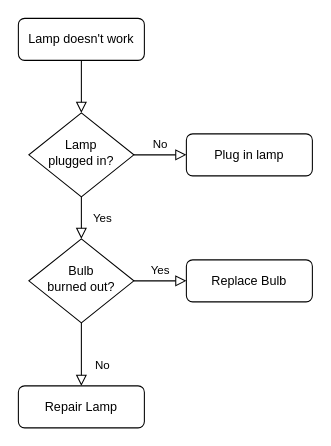
Above: Untitled Diagram.drawio in DataMirai/Algoritmo-Genetico-en-R (draw.io), before the change. Source tidied: cells renumbered, new cells numbered last; positions are measured from the earlier drawing's top-left corner, leaving out a move shared by most shapes. Both pictures are drawn from the tidied source at 105%, with x=0, y=0 at pixel (18, 18).
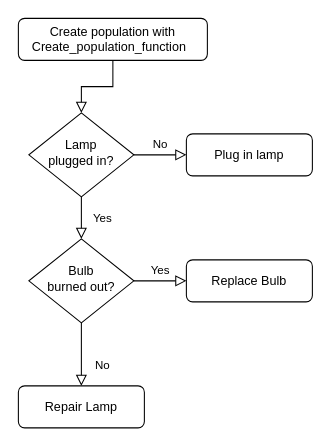
After the change.

The edit, as a diff of the source:
```diff
@@
 <mxGraphModel>
   <root>
     <mxCell id="0" />
     <mxCell id="1" parent="0" />
     <mxCell id="2" style="rounded=0;html=1;jettySize=auto;fontSize=11;endArrow=block;endFill=0;endSize=8;strokeWidth=1;shadow=0;labelBackgroundColor=none;edgeStyle=orthogonalEdgeStyle;" parent="1" edge="1" source="3" target="6">
       <mxGeometry relative="1" as="geometry" />
     </mxCell>
-    <mxCell id="3" value="Lamp doesn't work" style="rounded=1;whiteSpace=wrap;html=1;fontSize=12;glass=0;strokeWidth=1;shadow=0;" parent="1" vertex="1">
-      <mxGeometry width="120" height="40" as="geometry" />
+    <mxCell id="3" value="Create population with&lt;br&gt;Create_population_function&amp;nbsp;&amp;nbsp;" style="rounded=1;whiteSpace=wrap;html=1;fontSize=12;glass=0;strokeWidth=1;shadow=0;" parent="1" vertex="1">
+      <mxGeometry width="180" height="40" as="geometry" />
     </mxCell>
     <mxCell id="4" value="Yes" style="rounded=0;html=1;jettySize=auto;fontSize=11;endArrow=block;endFill=0;endSize=8;strokeWidth=1;shadow=0;labelBackgroundColor=none;edgeStyle=orthogonalEdgeStyle;" parent="1" edge="1" source="6" target="10">
       <mxGeometry y="20" relative="1" as="geometry" />
     </mxCell>
     <mxCell id="5" value="No" style="edgeStyle=orthogonalEdgeStyle;rounded=0;html=1;jettySize=auto;fontSize=11;endArrow=block;endFill=0;endSize=8;strokeWidth=1;shadow=0;labelBackgroundColor=none;" parent="1" edge="1" source="6" target="7">
       <mxGeometry y="10" relative="1" as="geometry" />
     </mxCell>
     <mxCell id="6" value="Lamp&lt;br&gt;plugged in?" style="rhombus;whiteSpace=wrap;html=1;shadow=0;fontFamily=Helvetica;fontSize=12;align=center;strokeWidth=1;spacing=6;spacingTop=-4;" parent="1" vertex="1">
       <mxGeometry x="10" y="90" width="100" height="80" as="geometry" />
     </mxCell>
     <mxCell id="7" value="Plug in lamp" style="rounded=1;whiteSpace=wrap;html=1;fontSize=12;glass=0;strokeWidth=1;shadow=0;" parent="1" vertex="1">
       <mxGeometry x="160" y="110" width="120" height="40" as="geometry" />
     </mxCell>
     <mxCell id="8" value="No" style="rounded=0;html=1;jettySize=auto;fontSize=11;endArrow=block;endFill=0;endSize=8;strokeWidth=1;shadow=0;labelBackgroundColor=none;edgeStyle=orthogonalEdgeStyle;" parent="1" edge="1" source="10" target="11">
       <mxGeometry x="0.33" y="20" relative="1" as="geometry" />
     </mxCell>
     <mxCell id="9" value="Yes" style="edgeStyle=orthogonalEdgeStyle;rounded=0;html=1;jettySize=auto;fontSize=11;endArrow=block;endFill=0;endSize=8;strokeWidth=1;shadow=0;labelBackgroundColor=none;" parent="1" edge="1" source="10" target="12">
       <mxGeometry y="10" relative="1" as="geometry" />
     </mxCell>
     <mxCell id="10" value="Bulb&lt;br&gt;burned out?" style="rhombus;whiteSpace=wrap;html=1;shadow=0;fontFamily=Helvetica;fontSize=12;align=center;strokeWidth=1;spacing=6;spacingTop=-4;" parent="1" vertex="1">
       <mxGeometry x="10" y="210" width="100" height="80" as="geometry" />
     </mxCell>
     <mxCell id="11" value="Repair Lamp" style="rounded=1;whiteSpace=wrap;html=1;fontSize=12;glass=0;strokeWidth=1;shadow=0;" parent="1" vertex="1">
       <mxGeometry y="350" width="120" height="40" as="geometry" />
     </mxCell>
     <mxCell id="12" value="Replace Bulb" style="rounded=1;whiteSpace=wrap;html=1;fontSize=12;glass=0;strokeWidth=1;shadow=0;" parent="1" vertex="1">
       <mxGeometry x="160" y="230" width="120" height="40" as="geometry" />
     </mxCell>
   </root>
 </mxGraphModel>
```
